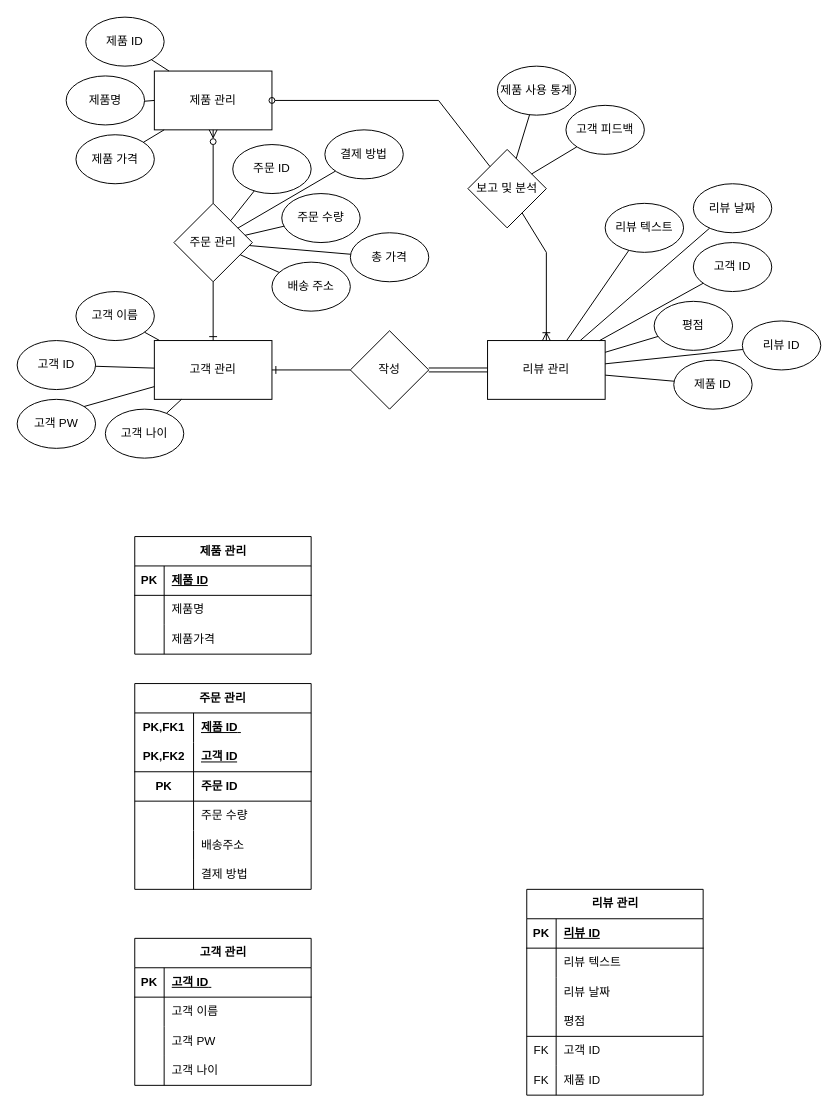
Earlier version of the draw.io diagram shopping_ERdiagram.drawio (yj1508/S_db_ERdiagram). Source tidied: cells renumbered, new cells numbered last; positions are measured from the earlier drawing's top-left corner, leaving out a move shared by most shapes. Both pictures are drawn from the tidied source at 98%, with x=0, y=0 at pixel (17, 17).
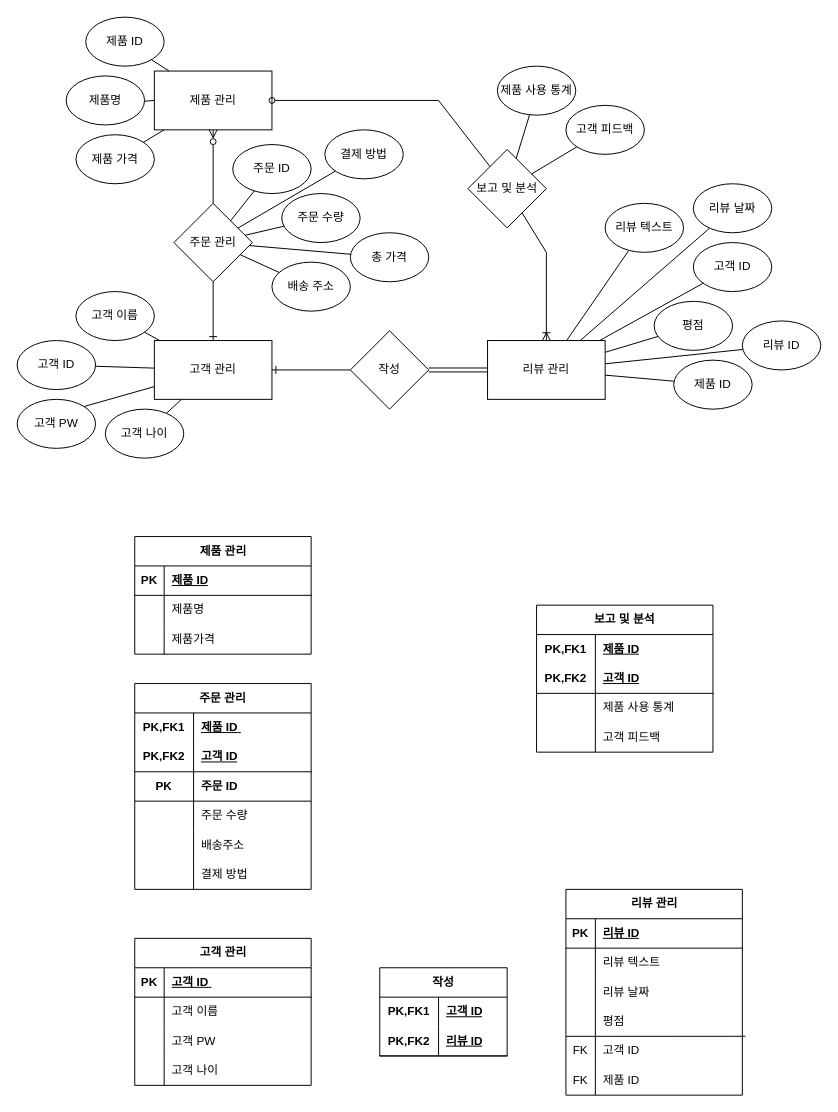
The same diagram, later.

The change refers to these unchanged cells:
```xml
<mxCell id="90" style="shape=tableRow;horizontal=0;startSize=0;swimlaneHead=0;swimlaneBody=0;fillColor=none;points=[[0,0.5],[1,0.5]];portConstraint=eastwest;top=0;left=0;right=0;bottom=0;" parent="77" vertex="1">
  <mxGeometry y="150" width="180" height="30" as="geometry" />
</mxCell>
```

Change to the diagram source:
```diff
@@
     <mxCell id="77" value="리뷰 관리" style="shape=table;startSize=30;childLayout=tableLayout;rowLines=0;fontStyle=1;align=center;html=1;" parent="1" vertex="1">
-      <mxGeometry x="520" y="890" width="180" height="210" as="geometry" />
+      <mxGeometry x="560" y="890" width="180" height="210" as="geometry" />
     </mxCell>
@@
-    <mxCell id="116" style="endArrow=none;html=1;rounded=0;" parent="1" edge="1">
+    <mxCell id="116" style="endArrow=none;html=1;rounded=0;entryX=1.018;entryY=-0.002;entryDx=0;entryDy=0;entryPerimeter=0;" parent="1" edge="1" target="90">
       <mxGeometry relative="1" as="geometry">
-        <mxPoint x="520" y="1040" as="sourcePoint" />
-        <mxPoint x="700" y="1040" as="targetPoint" />
+        <mxPoint x="560" y="1040" as="sourcePoint" />
       </mxGeometry>
     </mxCell>
+    <mxCell id="117" value="작성" style="shape=table;startSize=30;childLayout=tableLayout;rowLines=0;fontStyle=1;align=center;html=1;whiteSpace=wrap;" parent="1" vertex="1">
+      <mxGeometry x="370" y="970" width="130" height="90" as="geometry" />
+    </mxCell>
+    <mxCell id="118" style="shape=tableRow;horizontal=0;startSize=0;swimlaneHead=0;swimlaneBody=0;fillColor=none;top=0;left=0;right=0;bottom=0;html=1;" parent="117" vertex="1">
+      <mxGeometry y="30" width="130" height="30" as="geometry" />
+    </mxCell>
+    <mxCell id="119" value="PK,FK1" style="shape=partialRectangle;fillColor=none;top=0;left=0;bottom=0;right=0;fontStyle=1;overflow=hidden;html=1;whiteSpace=wrap;" parent="118" vertex="1">
+      <mxGeometry width="60" height="30" as="geometry" />
+    </mxCell>
+    <mxCell id="120" value="고객 ID" style="shape=partialRectangle;fillColor=none;top=0;left=0;bottom=0;right=0;align=left;spacingLeft=6;fontStyle=5;overflow=hidden;html=1;whiteSpace=wrap;" parent="118" vertex="1">
+      <mxGeometry x="60" width="70" height="30" as="geometry" />
+    </mxCell>
+    <mxCell id="121" style="shape=tableRow;horizontal=0;startSize=0;swimlaneHead=0;swimlaneBody=0;fillColor=none;top=0;left=0;right=0;bottom=1;html=1;" parent="117" vertex="1">
+      <mxGeometry y="60" width="130" height="30" as="geometry" />
+    </mxCell>
+    <mxCell id="122" value="PK,FK2" style="shape=partialRectangle;fillColor=none;top=0;left=0;bottom=0;right=0;fontStyle=1;overflow=hidden;html=1;whiteSpace=wrap;" parent="121" vertex="1">
+      <mxGeometry width="60" height="30" as="geometry" />
+    </mxCell>
+    <mxCell id="123" value="리뷰 ID" style="shape=partialRectangle;fillColor=none;top=0;left=0;bottom=0;right=0;align=left;spacingLeft=6;fontStyle=5;overflow=hidden;html=1;whiteSpace=wrap;" parent="121" vertex="1">
+      <mxGeometry x="60" width="70" height="30" as="geometry" />
+    </mxCell>
+    <mxCell id="124" value="보고 및 분석" style="shape=table;startSize=30;childLayout=tableLayout;rowLines=0;fontStyle=1;align=center;html=1;whiteSpace=wrap;" parent="1" vertex="1">
+      <mxGeometry x="530" y="600" width="180" height="150" as="geometry" />
+    </mxCell>
+    <mxCell id="125" style="shape=tableRow;horizontal=0;startSize=0;swimlaneHead=0;swimlaneBody=0;fillColor=none;top=0;left=0;right=0;bottom=0;html=1;" parent="124" vertex="1">
+      <mxGeometry y="30" width="180" height="30" as="geometry" />
+    </mxCell>
+    <mxCell id="126" value="PK,FK1" style="shape=partialRectangle;fillColor=none;top=0;left=0;bottom=0;right=0;fontStyle=1;overflow=hidden;html=1;whiteSpace=wrap;" parent="125" vertex="1">
+      <mxGeometry width="60" height="30" as="geometry" />
+    </mxCell>
+    <mxCell id="127" value="제품 ID" style="shape=partialRectangle;fillColor=none;top=0;left=0;bottom=0;right=0;align=left;spacingLeft=6;fontStyle=5;overflow=hidden;html=1;whiteSpace=wrap;" parent="125" vertex="1">
+      <mxGeometry x="60" width="120" height="30" as="geometry" />
+    </mxCell>
+    <mxCell id="128" style="shape=tableRow;horizontal=0;startSize=0;swimlaneHead=0;swimlaneBody=0;fillColor=none;top=0;left=0;right=0;bottom=1;html=1;" parent="124" vertex="1">
+      <mxGeometry y="60" width="180" height="30" as="geometry" />
+    </mxCell>
+    <mxCell id="129" value="PK,FK2" style="shape=partialRectangle;fillColor=none;top=0;left=0;bottom=0;right=0;fontStyle=1;overflow=hidden;html=1;whiteSpace=wrap;" parent="128" vertex="1">
+      <mxGeometry width="60" height="30" as="geometry" />
+    </mxCell>
+    <mxCell id="130" value="고객 ID" style="shape=partialRectangle;fillColor=none;top=0;left=0;bottom=0;right=0;align=left;spacingLeft=6;fontStyle=5;overflow=hidden;html=1;whiteSpace=wrap;" parent="128" vertex="1">
+      <mxGeometry x="60" width="120" height="30" as="geometry" />
+    </mxCell>
+    <mxCell id="131" style="shape=tableRow;horizontal=0;startSize=0;swimlaneHead=0;swimlaneBody=0;fillColor=none;top=0;left=0;right=0;bottom=0;html=1;" parent="124" vertex="1">
+      <mxGeometry y="90" width="180" height="30" as="geometry" />
+    </mxCell>
+    <mxCell id="132" style="shape=partialRectangle;fillColor=none;top=0;left=0;bottom=0;right=0;overflow=hidden;html=1;whiteSpace=wrap;" parent="131" vertex="1">
+      <mxGeometry width="60" height="30" as="geometry" />
+    </mxCell>
+    <mxCell id="133" value="제품 사용 통계" style="shape=partialRectangle;fillColor=none;top=0;left=0;bottom=0;right=0;align=left;spacingLeft=6;overflow=hidden;html=1;whiteSpace=wrap;" parent="131" vertex="1">
+      <mxGeometry x="60" width="120" height="30" as="geometry" />
+    </mxCell>
+    <mxCell id="134" style="shape=tableRow;horizontal=0;startSize=0;swimlaneHead=0;swimlaneBody=0;fillColor=none;top=0;left=0;right=0;bottom=0;html=1;" parent="124" vertex="1">
+      <mxGeometry y="120" width="180" height="30" as="geometry" />
+    </mxCell>
+    <mxCell id="135" style="shape=partialRectangle;fillColor=none;top=0;left=0;bottom=0;right=0;overflow=hidden;html=1;whiteSpace=wrap;" parent="134" vertex="1">
+      <mxGeometry width="60" height="30" as="geometry" />
+    </mxCell>
+    <mxCell id="136" value="고객 피드백" style="shape=partialRectangle;fillColor=none;top=0;left=0;bottom=0;right=0;align=left;spacingLeft=6;overflow=hidden;html=1;whiteSpace=wrap;" parent="134" vertex="1">
+      <mxGeometry x="60" width="120" height="30" as="geometry" />
+    </mxCell>
```
